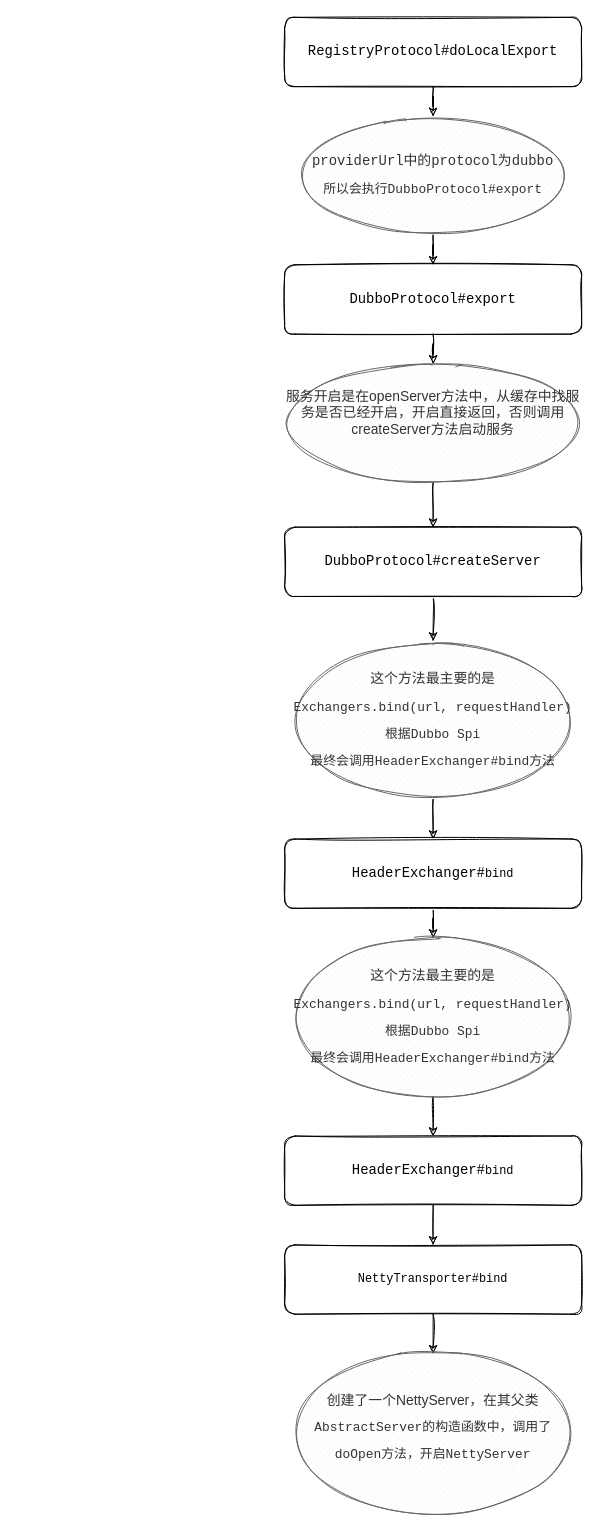
Above: dubbo/dubbo服务启动的过程.drawio in erlieStar/diagrams (draw.io), before the change. Source tidied: cells renumbered, new cells numbered last; positions are measured from the earlier drawing's top-left corner, leaving out a move shared by most shapes. Both pictures are drawn from the tidied source at 99%, with x=0, y=0 at pixel (279, 17).
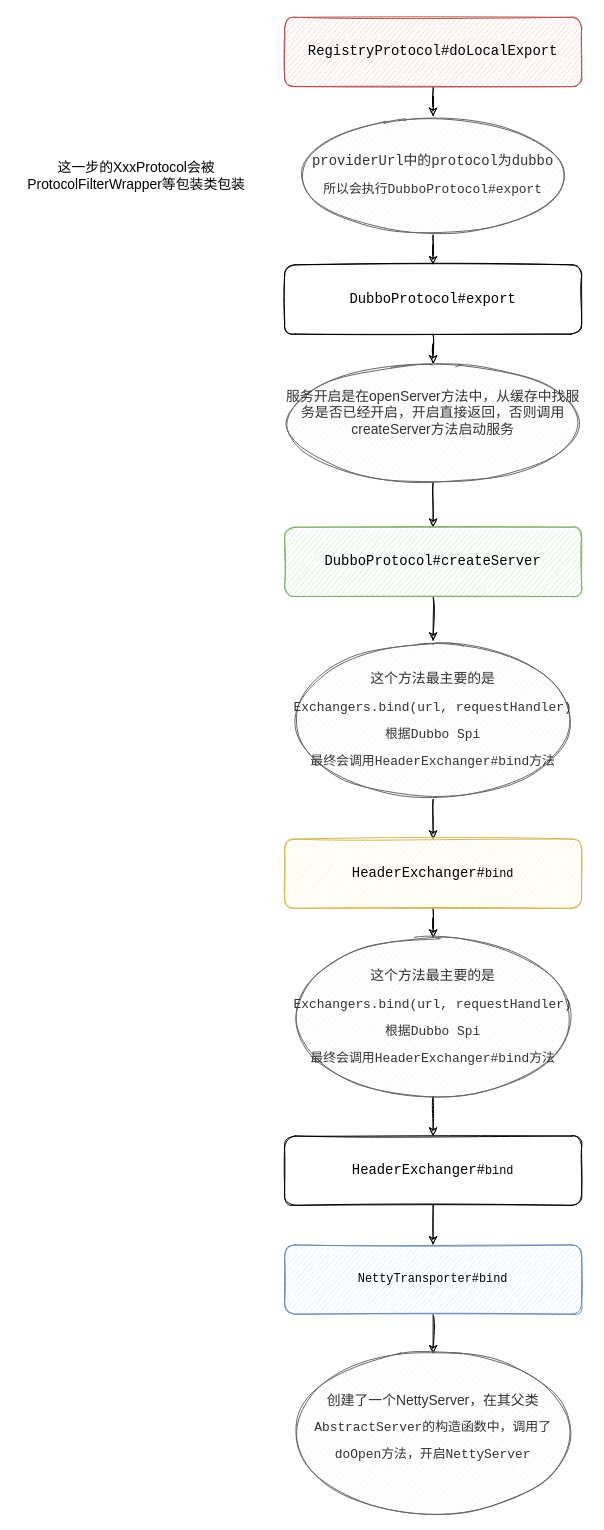
The same page after the edit.

Commit message (it also covers changes not shown here):
Update dubbo服务启动的过程.drawio

Diff of the diagram source:
```diff
@@
-    <mxCell id="3" value="&lt;pre&gt;&lt;font style=&quot;font-size: 14px&quot;&gt;&lt;font&gt;RegistryProtocol#&lt;/font&gt;doLocalExport&lt;/font&gt;&lt;/pre&gt;" style="rounded=1;whiteSpace=wrap;html=1;shadow=0;sketch=1;" parent="1" vertex="1">
+    <mxCell id="3" value="&lt;pre&gt;&lt;font style=&quot;font-size: 14px&quot;&gt;&lt;font&gt;RegistryProtocol#&lt;/font&gt;doLocalExport&lt;/font&gt;&lt;/pre&gt;" style="rounded=1;whiteSpace=wrap;html=1;shadow=0;sketch=1;fillColor=#f8cecc;strokeColor=#b85450;" parent="1" vertex="1">
       <mxGeometry x="5" width="300" height="70" as="geometry" />
     </mxCell>
@@
-    <mxCell id="11" value="&lt;pre&gt;&lt;pre style=&quot;color: rgb(0 , 0 , 0)&quot;&gt;&lt;pre&gt;&lt;font style=&quot;font-size: 14px&quot;&gt;&lt;font&gt;DubboProtocol#&lt;/font&gt;createServer&lt;/font&gt;&lt;/pre&gt;&lt;/pre&gt;&lt;/pre&gt;" style="rounded=1;whiteSpace=wrap;html=1;shadow=0;sketch=1;" parent="1" vertex="1">
+    <mxCell id="11" value="&lt;pre&gt;&lt;pre style=&quot;color: rgb(0 , 0 , 0)&quot;&gt;&lt;pre&gt;&lt;font style=&quot;font-size: 14px&quot;&gt;&lt;font&gt;DubboProtocol#&lt;/font&gt;createServer&lt;/font&gt;&lt;/pre&gt;&lt;/pre&gt;&lt;/pre&gt;" style="rounded=1;whiteSpace=wrap;html=1;shadow=0;sketch=1;fillColor=#d5e8d4;strokeColor=#82b366;" parent="1" vertex="1">
       <mxGeometry x="5" y="515" width="300" height="70" as="geometry" />
     </mxCell>
@@
-    <mxCell id="15" value="&lt;pre&gt;&lt;pre style=&quot;color: rgb(0 , 0 , 0)&quot;&gt;&lt;pre&gt;&lt;font style=&quot;font-size: 14px&quot;&gt;&lt;font&gt;HeaderExchanger#&lt;/font&gt;&lt;/font&gt;bind&lt;/pre&gt;&lt;/pre&gt;&lt;/pre&gt;" style="rounded=1;whiteSpace=wrap;html=1;shadow=0;sketch=1;" parent="1" vertex="1">
+    <mxCell id="15" value="&lt;pre&gt;&lt;pre style=&quot;color: rgb(0 , 0 , 0)&quot;&gt;&lt;pre&gt;&lt;font style=&quot;font-size: 14px&quot;&gt;&lt;font&gt;HeaderExchanger#&lt;/font&gt;&lt;/font&gt;bind&lt;/pre&gt;&lt;/pre&gt;&lt;/pre&gt;" style="rounded=1;whiteSpace=wrap;html=1;shadow=0;sketch=1;fillColor=#fff2cc;strokeColor=#d6b656;" parent="1" vertex="1">
       <mxGeometry x="5" y="830" width="300" height="70" as="geometry" />
     </mxCell>
@@
-    <mxCell id="21" value="&lt;pre&gt;&lt;pre&gt;&lt;pre&gt;&lt;pre&gt;NettyTransporter#bind&lt;/pre&gt;&lt;/pre&gt;&lt;/pre&gt;&lt;/pre&gt;" style="rounded=1;whiteSpace=wrap;html=1;shadow=0;sketch=1;" parent="1" vertex="1">
+    <mxCell id="21" value="&lt;pre&gt;&lt;pre&gt;&lt;pre&gt;&lt;pre&gt;NettyTransporter#bind&lt;/pre&gt;&lt;/pre&gt;&lt;/pre&gt;&lt;/pre&gt;" style="rounded=1;whiteSpace=wrap;html=1;shadow=0;sketch=1;fillColor=#dae8fc;strokeColor=#6c8ebf;" parent="1" vertex="1">
       <mxGeometry x="5" y="1240" width="300" height="70" as="geometry" />
     </mxCell>
@@
+    <mxCell id="23" value="&lt;font style=&quot;font-size: 14px&quot;&gt;这一步的XxxProtocol会被&lt;br&gt;ProtocolFilterWrapper等包装类包装&lt;/font&gt;" style="text;html=1;align=center;verticalAlign=middle;" parent="1" vertex="1">
+      <mxGeometry x="-265" y="140" width="240" height="40" as="geometry" />
+    </mxCell>
```
